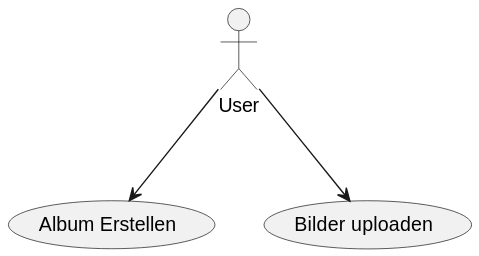
The PlantUML diagram Documentation/Diagrams/useCaseDiagram.svg in joshua-lehmann/ImageMetaManager, before a commit.
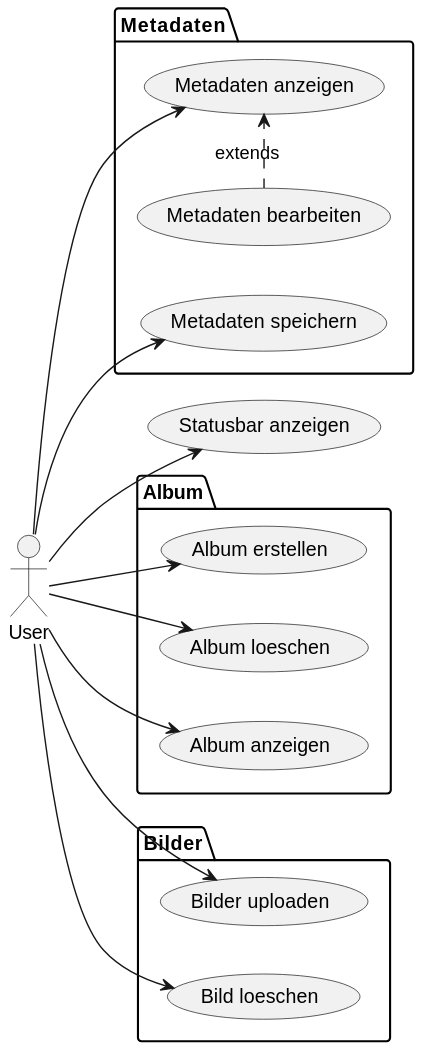
The same file after the commit.

Commit message:
ImageMetaManager-4 Added diagram and some description

Diff of the diagram source:
```diff
@@ -1,7 +1,25 @@
 @startuml
+
+left to right direction
 
 :User:
 
-User --> (Album Erstellen)
+package Album {
+User --> (Album erstellen)
+User --> (Album loeschen)
+User --> (Album anzeigen)
+}
+
+package Bilder {
 User --> (Bilder uploaden)
+User --> (Bild loeschen)
+}
+
+package Metadaten {
+User --> (Metadaten anzeigen)
+(Metadaten bearbeiten) .> (Metadaten anzeigen) : extends
+User --> (Metadaten speichern)
+}
+
+User --> (Statusbar anzeigen)
 @enduml
```
